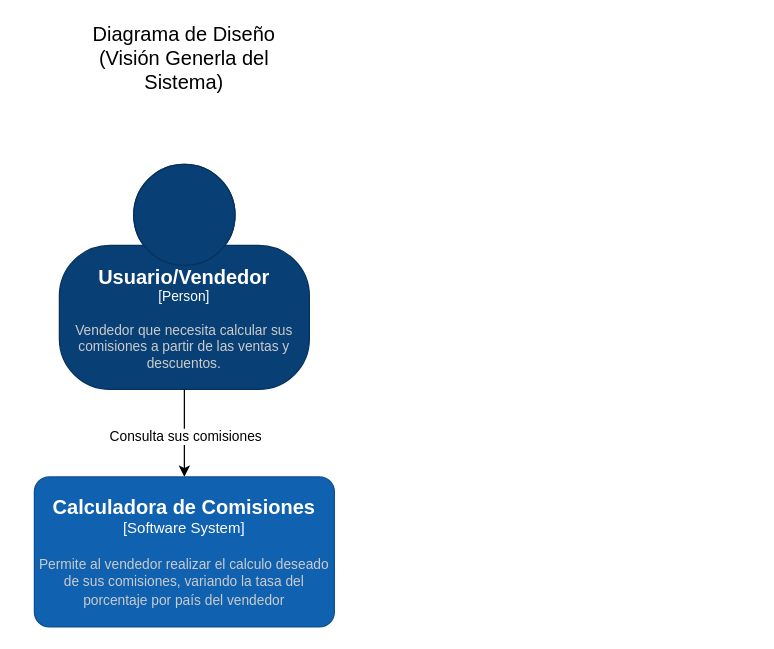
Before: docs/diagrams/raw/Diagrama-Diseño.drawio.xml in GabrielAlcequiez/sales-commission-calculator, a draw.io diagram. Source tidied: cells renumbered, new cells numbered last; positions are measured from the earlier drawing's top-left corner, leaving out a move shared by most shapes. Both pictures are drawn from the tidied source at 125%, with x=0, y=0 at pixel (34, 39).
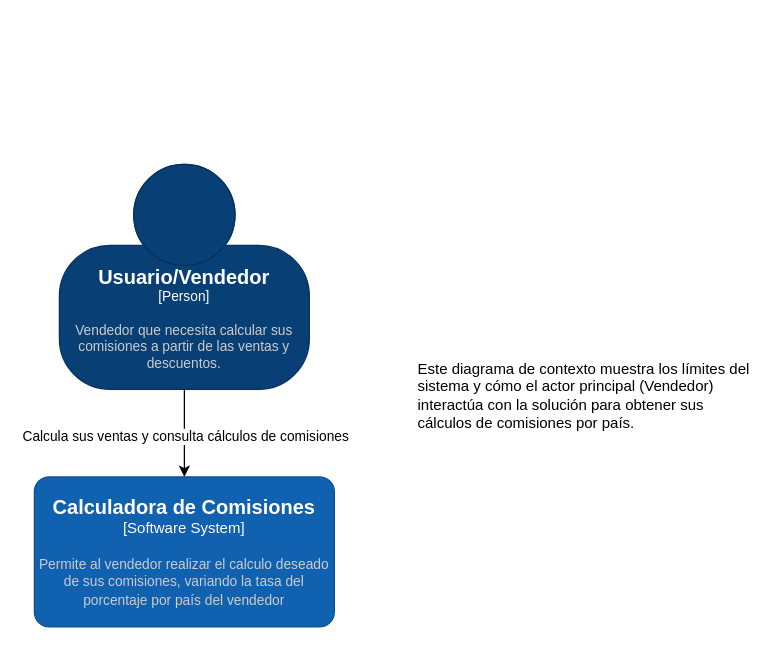
After the change.

Change to the diagram source:
```diff
@@
 <mxGraphModel>
   <root>
     <mxCell id="0" />
     <mxCell id="1" parent="0" />
     <object id="2" label="&lt;font style=&quot;font-size: 16px&quot;&gt;&lt;b&gt;%c4Name%&lt;/b&gt;&lt;/font&gt;&lt;div&gt;[%c4Type%]&lt;/div&gt;&lt;br&gt;&lt;div&gt;&lt;font style=&quot;font-size: 11px&quot;&gt;&lt;font color=&quot;#cccccc&quot;&gt;%c4Description%&lt;/font&gt;&lt;/div&gt;" c4Description="Vendedor que necesita calcular sus comisiones a partir de las ventas y descuentos." c4Name="Usuario/Vendedor" c4Type="Person" placeholders="1">
       <mxCell style="html=1;fontSize=11;dashed=0;whiteSpace=wrap;fillColor=#083F75;strokeColor=#06315C;fontColor=#ffffff;shape=mxgraph.c4.person2;align=center;points=[[0.5,0,0],[1,0.5,0],[1,0.75,0],[0.75,1,0],[0.5,1,0],[0.25,1,0],[0,0.75,0],[0,0.5,0]];" parent="1" vertex="1">
         <mxGeometry x="20" y="100" width="200" height="180" as="geometry" />
       </mxCell>
     </object>
     <object id="3" label="&lt;font style=&quot;font-size: 16px&quot;&gt;&lt;b&gt;%c4Name%&lt;/b&gt;&lt;/font&gt;&lt;div&gt;[%c4Type%]&lt;/div&gt;&lt;br&gt;&lt;div&gt;&lt;font style=&quot;font-size: 11px&quot;&gt;&lt;font color=&quot;#cccccc&quot;&gt;%c4Description%&lt;/font&gt;&lt;/div&gt;" c4Description="Permite al vendedor realizar el calculo deseado de sus comisiones, variando la tasa del porcentaje por país del vendedor" c4Name="Calculadora de Comisiones" c4Type="Software System" placeholders="1">
       <mxCell style="rounded=1;whiteSpace=wrap;html=1;labelBackgroundColor=none;fillColor=#1061B0;fontColor=#ffffff;align=center;arcSize=10;strokeColor=#0D5091;points=[[0.25,0,0],[0.5,0,0],[0.75,0,0],[1,0.25,0],[1,0.5,0],[1,0.75,0],[0.75,1,0],[0.5,1,0],[0.25,1,0],[0,0.75,0],[0,0.5,0],[0,0.25,0]];" parent="1" vertex="1">
         <mxGeometry y="350" width="240" height="120" as="geometry" />
       </mxCell>
     </object>
     <mxCell id="4" style="edgeStyle=orthogonalEdgeStyle;rounded=0;jettySize=auto;html=1;entryX=0.5;entryY=0;entryDx=0;entryDy=0;entryPerimeter=0;" parent="1" edge="1" source="2" target="3">
       <mxGeometry relative="1" as="geometry" />
     </mxCell>
-    <mxCell id="5" value="Consulta sus comisiones" style="edgeLabel;html=1;align=center;verticalAlign=middle;" parent="4" vertex="1">
+    <mxCell id="5" value="Calcula sus ventas y consulta cálculos de comisiones" style="edgeLabel;html=1;align=center;verticalAlign=middle;" parent="4" vertex="1">
       <mxGeometry x="-0.18" relative="1" as="geometry">
         <mxPoint y="8" as="offset" />
       </mxGeometry>
     </mxCell>
-    <mxCell id="6" value="&lt;font style=&quot;font-size: 16px;&quot;&gt;Diagrama de Diseño (Visión Generla del Sistema)&lt;/font&gt;" style="text;html=1;whiteSpace=wrap;strokeColor=none;fillColor=none;align=center;verticalAlign=middle;rounded=0;" parent="1" vertex="1">
-      <mxGeometry x="20" width="200" height="30" as="geometry" />
-    </mxCell>
+    <mxCell id="7" value="&lt;font&gt;Este diagrama de contexto muestra los límites del sistema y cómo el actor principal (Vendedor) interactúa con la solución para obtener sus cálculos de comisiones por país.&lt;/font&gt;" style="text;whiteSpace=wrap;html=1;" parent="1" vertex="1">
+      <mxGeometry x="305" y="250" width="270" height="70" as="geometry" />
+    </mxCell>
   </root>
 </mxGraphModel>
```
